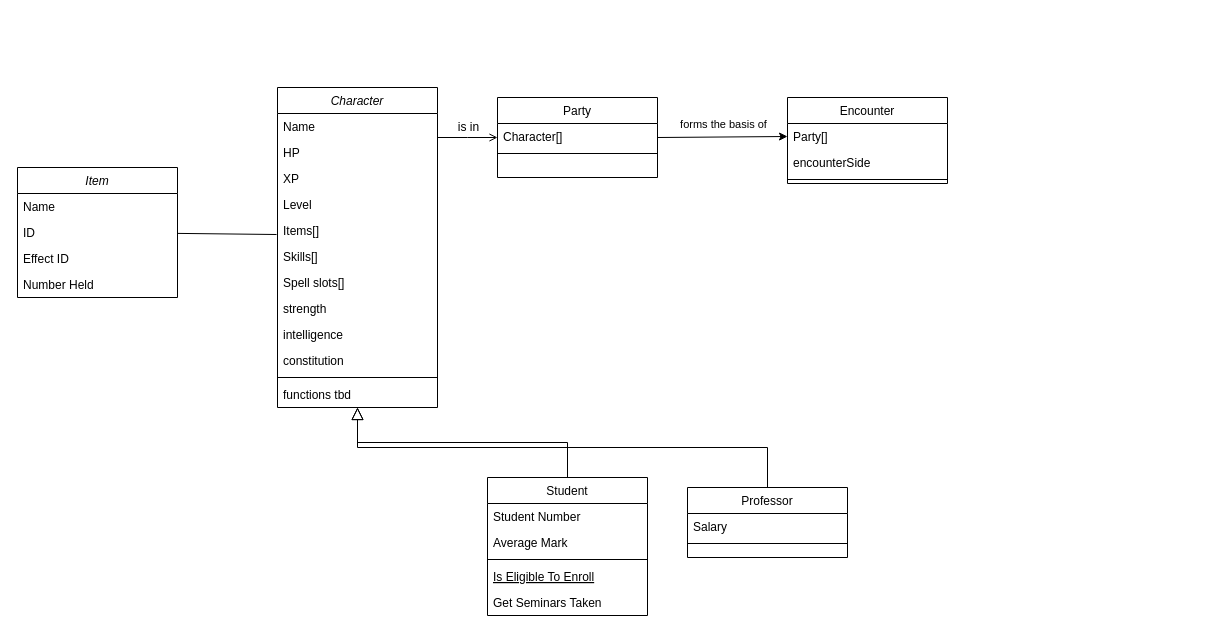
Before: classes.drawio in Schir/rpg-backend, a draw.io diagram. Source tidied: cells renumbered, new cells numbered last; positions are measured from the earlier drawing's top-left corner, leaving out a move shared by most shapes. Both pictures are drawn from the tidied source at 100%, with x=0, y=0 at pixel (17, 87).
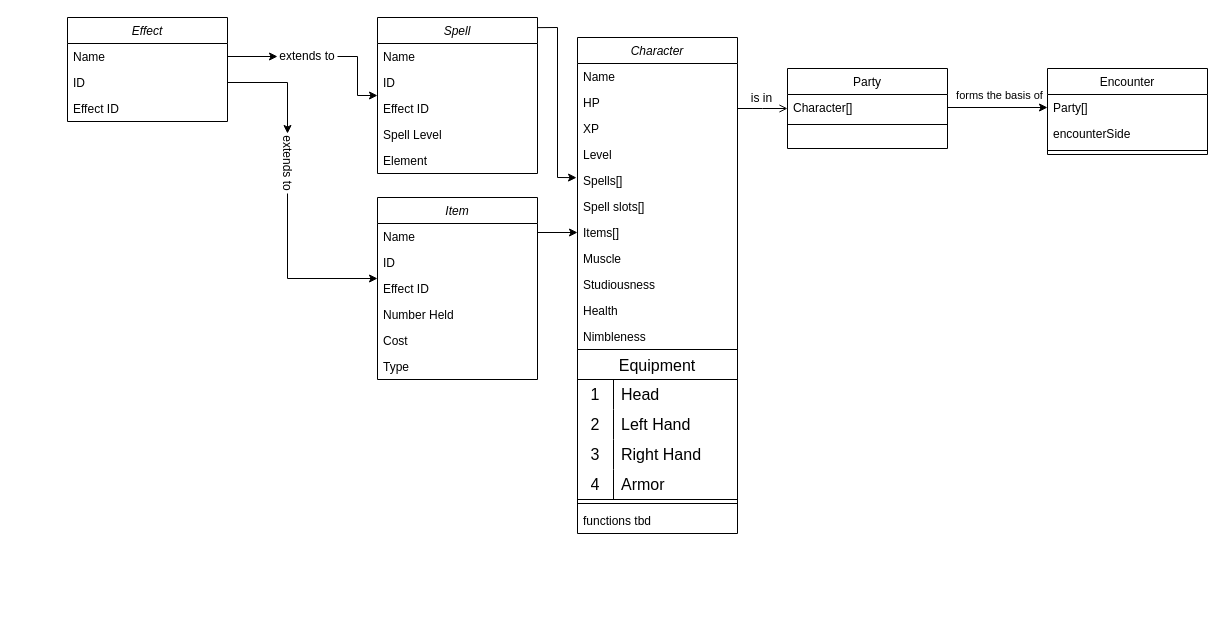
Above is the later version.

Commit message:
Update class schema

The change refers to these unchanged cells:
```xml
<mxCell id="27" value="Character[]" style="text;align=left;verticalAlign=top;spacingLeft=4;spacingRight=4;overflow=hidden;points=[[0,0.5],[1,0.5]];portConstraint=eastwest;" parent="26" vertex="1">
  <mxGeometry y="26" width="160" height="26" as="geometry" />
</mxCell>
<mxCell id="32" value="Name" style="text;align=left;verticalAlign=top;spacingLeft=4;spacingRight=4;overflow=hidden;points=[[0,0.5],[1,0.5]];portConstraint=eastwest;" parent="31" vertex="1">
  <mxGeometry y="26" width="160" height="26" as="geometry" />
</mxCell>
<mxCell id="38" value="Party[]" style="text;align=left;verticalAlign=top;spacingLeft=4;spacingRight=4;overflow=hidden;points=[[0,0.5],[1,0.5]];portConstraint=eastwest;" parent="37" vertex="1">
  <mxGeometry y="26" width="160" height="26" as="geometry" />
</mxCell>
```

The edit, as a diff of the source:
```diff
@@
     <mxCell id="2" value="Character" style="swimlane;fontStyle=2;align=center;verticalAlign=top;horizontal=1;startSize=26;rounded=0;shadow=0;strokeWidth=1;" parent="1" vertex="1">
-      <mxGeometry x="260" width="160" height="320" as="geometry" />
+      <mxGeometry x="560" y="-50" width="160" height="496" as="geometry" />
     </mxCell>
@@
-    <mxCell id="7" value="Items[]" style="text;align=left;verticalAlign=top;spacingLeft=4;spacingRight=4;overflow=hidden;points=[[0,0.5],[1,0.5]];portConstraint=eastwest;rounded=0;shadow=0;html=0;" parent="2" vertex="1">
-      <mxGeometry y="130" width="160" height="26" as="geometry" />
-    </mxCell>
-    <mxCell id="8" value="Skills[]" style="text;align=left;verticalAlign=top;spacingLeft=4;spacingRight=4;overflow=hidden;points=[[0,0.5],[1,0.5]];portConstraint=eastwest;rounded=0;shadow=0;html=0;" parent="2" vertex="1">
-      <mxGeometry y="156" width="160" height="26" as="geometry" />
+    <mxCell id="8" value="Spells[]" style="text;align=left;verticalAlign=top;spacingLeft=4;spacingRight=4;overflow=hidden;points=[[0,0.5],[1,0.5]];portConstraint=eastwest;rounded=0;shadow=0;html=0;" parent="2" vertex="1">
+      <mxGeometry y="130" width="160" height="26" as="geometry" />
     </mxCell>
     <mxCell id="9" value="Spell slots[]" style="text;align=left;verticalAlign=top;spacingLeft=4;spacingRight=4;overflow=hidden;rounded=0;shadow=0;html=0;" parent="2" vertex="1">
-      <mxGeometry y="182" width="160" height="26" as="geometry" />
+      <mxGeometry y="156" width="160" height="26" as="geometry" />
     </mxCell>
+    <mxCell id="7" value="Items[]" style="text;align=left;verticalAlign=top;spacingLeft=4;spacingRight=4;overflow=hidden;points=[[0,0.5],[1,0.5]];portConstraint=eastwest;rounded=0;shadow=0;html=0;" parent="2" vertex="1">
+      <mxGeometry y="182" width="160" height="26" as="geometry" />
+    </mxCell>
-    <mxCell id="10" value="strength" style="text;align=left;verticalAlign=top;spacingLeft=4;spacingRight=4;overflow=hidden;rounded=0;shadow=0;html=0;" parent="2" vertex="1">
+    <mxCell id="10" value="Muscle" style="text;align=left;verticalAlign=top;spacingLeft=4;spacingRight=4;overflow=hidden;rounded=0;shadow=0;html=0;" parent="2" vertex="1">
       <mxGeometry y="208" width="160" height="26" as="geometry" />
     </mxCell>
-    <mxCell id="11" value="intelligence" style="text;align=left;verticalAlign=top;spacingLeft=4;spacingRight=4;overflow=hidden;rounded=0;shadow=0;html=0;" parent="2" vertex="1">
+    <mxCell id="11" value="Studiousness" style="text;align=left;verticalAlign=top;spacingLeft=4;spacingRight=4;overflow=hidden;rounded=0;shadow=0;html=0;" parent="2" vertex="1">
       <mxGeometry y="234" width="160" height="26" as="geometry" />
     </mxCell>
-    <mxCell id="12" value="constitution" style="text;align=left;verticalAlign=top;spacingLeft=4;spacingRight=4;overflow=hidden;rounded=0;shadow=0;html=0;" parent="2" vertex="1">
+    <mxCell id="12" value="Health" style="text;align=left;verticalAlign=top;spacingLeft=4;spacingRight=4;overflow=hidden;rounded=0;shadow=0;html=0;" parent="2" vertex="1">
       <mxGeometry y="260" width="160" height="26" as="geometry" />
     </mxCell>
+    <mxCell id="43" value="Nimbleness" style="text;align=left;verticalAlign=top;spacingLeft=4;spacingRight=4;overflow=hidden;rounded=0;shadow=0;html=0;" parent="2" vertex="1">
+      <mxGeometry y="286" width="160" height="26" as="geometry" />
+    </mxCell>
+    <mxCell id="44" value="Equipment" style="shape=table;startSize=30;childLayout=tableLayout;rowLines=0;fontStyle=0;strokeColor=default;fontSize=16;" parent="2" vertex="1">
+      <mxGeometry y="312" width="160" height="150" as="geometry" />
+    </mxCell>
+    <mxCell id="45" style="shape=tableRow;horizontal=0;startSize=0;swimlaneHead=0;swimlaneBody=0;top=0;left=0;bottom=0;right=0;fillColor=none;strokeColor=inherit;fontSize=16;" parent="44" vertex="1">
+      <mxGeometry y="30" width="160" height="30" as="geometry" />
+    </mxCell>
+    <mxCell id="46" value="1" style="shape=partialRectangle;html=1;whiteSpace=wrap;fillColor=none;top=0;left=0;bottom=0;right=0;overflow=hidden;strokeColor=inherit;fontSize=16;" parent="45" vertex="1">
+      <mxGeometry width="36" height="30" as="geometry" />
+    </mxCell>
+    <mxCell id="47" value="Head" style="shape=partialRectangle;html=1;whiteSpace=wrap;fillColor=none;top=0;left=0;bottom=0;right=0;align=left;spacingLeft=6;overflow=hidden;strokeColor=inherit;fontSize=16;" parent="45" vertex="1">
+      <mxGeometry x="36" width="124" height="30" as="geometry" />
+    </mxCell>
+    <mxCell id="48" style="shape=tableRow;horizontal=0;startSize=0;swimlaneHead=0;swimlaneBody=0;top=0;left=0;bottom=0;right=0;fillColor=none;strokeColor=inherit;fontSize=16;" parent="44" vertex="1">
+      <mxGeometry y="60" width="160" height="30" as="geometry" />
+    </mxCell>
+    <mxCell id="49" value="2" style="shape=partialRectangle;html=1;whiteSpace=wrap;fillColor=none;top=0;left=0;bottom=0;right=0;overflow=hidden;strokeColor=inherit;fontSize=16;" parent="48" vertex="1">
+      <mxGeometry width="36" height="30" as="geometry" />
+    </mxCell>
+    <mxCell id="50" value="Left Hand" style="shape=partialRectangle;html=1;whiteSpace=wrap;fillColor=none;top=0;left=0;bottom=0;right=0;align=left;spacingLeft=6;overflow=hidden;strokeColor=inherit;fontSize=16;" parent="48" vertex="1">
+      <mxGeometry x="36" width="124" height="30" as="geometry" />
+    </mxCell>
+    <mxCell id="51" style="shape=tableRow;horizontal=0;startSize=0;swimlaneHead=0;swimlaneBody=0;top=0;left=0;bottom=0;right=0;fillColor=none;strokeColor=inherit;fontSize=16;" parent="44" vertex="1">
+      <mxGeometry y="90" width="160" height="30" as="geometry" />
+    </mxCell>
+    <mxCell id="52" value="3" style="shape=partialRectangle;html=1;whiteSpace=wrap;fillColor=none;top=0;left=0;bottom=0;right=0;overflow=hidden;strokeColor=inherit;fontSize=16;" parent="51" vertex="1">
+      <mxGeometry width="36" height="30" as="geometry" />
+    </mxCell>
+    <mxCell id="53" value="Right Hand" style="shape=partialRectangle;html=1;whiteSpace=wrap;fillColor=none;top=0;left=0;bottom=0;right=0;align=left;spacingLeft=6;overflow=hidden;strokeColor=inherit;fontSize=16;" parent="51" vertex="1">
+      <mxGeometry x="36" width="124" height="30" as="geometry" />
+    </mxCell>
+    <mxCell id="54" style="shape=tableRow;horizontal=0;startSize=0;swimlaneHead=0;swimlaneBody=0;top=0;left=0;bottom=0;right=0;fillColor=none;strokeColor=inherit;fontSize=16;" parent="44" vertex="1">
+      <mxGeometry y="120" width="160" height="30" as="geometry" />
+    </mxCell>
+    <mxCell id="55" value="4" style="shape=partialRectangle;html=1;whiteSpace=wrap;fillColor=none;top=0;left=0;bottom=0;right=0;overflow=hidden;strokeColor=inherit;fontSize=16;" parent="54" vertex="1">
+      <mxGeometry width="36" height="30" as="geometry" />
+    </mxCell>
+    <mxCell id="56" value="&lt;div&gt;Armor&lt;/div&gt;" style="shape=partialRectangle;html=1;whiteSpace=wrap;fillColor=none;top=0;left=0;bottom=0;right=0;align=left;spacingLeft=6;overflow=hidden;strokeColor=inherit;fontSize=16;" parent="54" vertex="1">
+      <mxGeometry x="36" width="124" height="30" as="geometry" />
+    </mxCell>
     <mxCell id="13" style="line;html=1;strokeWidth=1;align=left;verticalAlign=middle;spacingTop=-1;spacingLeft=3;spacingRight=3;labelPosition=right;" parent="2" vertex="1">
-      <mxGeometry y="286" width="160" height="8" as="geometry" />
+      <mxGeometry y="462" width="160" height="8" as="geometry" />
     </mxCell>
     <mxCell id="14" value="functions tbd" style="text;align=left;verticalAlign=top;spacingLeft=4;spacingRight=4;overflow=hidden;" parent="2" vertex="1">
-      <mxGeometry y="294" width="160" height="26" as="geometry" />
+      <mxGeometry y="470" width="160" height="26" as="geometry" />
     </mxCell>
-    <mxCell id="15" value="Student" style="swimlane;fontStyle=0;align=center;verticalAlign=top;horizontal=1;startSize=26;rounded=0;shadow=0;strokeWidth=1;" parent="1" vertex="1">
-      <mxGeometry x="470" y="390" width="160" height="138" as="geometry" />
-    </mxCell>
-    <mxCell id="16" value="Student Number" style="text;align=left;verticalAlign=top;spacingLeft=4;spacingRight=4;overflow=hidden;" parent="15" vertex="1">
-      <mxGeometry y="26" width="160" height="26" as="geometry" />
-    </mxCell>
-    <mxCell id="17" value="Average Mark" style="text;align=left;verticalAlign=top;spacingLeft=4;spacingRight=4;overflow=hidden;rounded=0;shadow=0;html=0;" parent="15" vertex="1">
-      <mxGeometry y="52" width="160" height="26" as="geometry" />
-    </mxCell>
-    <mxCell id="18" style="line;html=1;strokeWidth=1;align=left;verticalAlign=middle;spacingTop=-1;spacingLeft=3;spacingRight=3;labelPosition=right;" parent="15" vertex="1">
-      <mxGeometry y="78" width="160" height="8" as="geometry" />
-    </mxCell>
-    <mxCell id="19" value="Is Eligible To Enroll" style="text;align=left;verticalAlign=top;spacingLeft=4;spacingRight=4;overflow=hidden;fontStyle=4;" parent="15" vertex="1">
-      <mxGeometry y="86" width="160" height="26" as="geometry" />
-    </mxCell>
-    <mxCell id="20" value="Get Seminars Taken" style="text;align=left;verticalAlign=top;spacingLeft=4;spacingRight=4;overflow=hidden;" parent="15" vertex="1">
-      <mxGeometry y="112" width="160" height="26" as="geometry" />
-    </mxCell>
-    <mxCell id="21" style="endArrow=block;endSize=10;endFill=0;shadow=0;strokeWidth=1;rounded=0;edgeStyle=elbowEdgeStyle;elbow=vertical;" parent="1" edge="1" source="15" target="2">
-      <mxGeometry relative="1" as="geometry" />
-    </mxCell>
-    <mxCell id="22" value="Professor" style="swimlane;fontStyle=0;align=center;verticalAlign=top;horizontal=1;startSize=26;rounded=0;shadow=0;strokeWidth=1;" parent="1" vertex="1">
-      <mxGeometry x="670" y="400" width="160" height="70" as="geometry" />
-    </mxCell>
-    <mxCell id="23" value="Salary" style="text;align=left;verticalAlign=top;spacingLeft=4;spacingRight=4;overflow=hidden;" parent="22" vertex="1">
-      <mxGeometry y="26" width="160" height="26" as="geometry" />
-    </mxCell>
-    <mxCell id="24" style="line;html=1;strokeWidth=1;align=left;verticalAlign=middle;spacingTop=-1;spacingLeft=3;spacingRight=3;labelPosition=right;" parent="22" vertex="1">
-      <mxGeometry y="52" width="160" height="8" as="geometry" />
-    </mxCell>
-    <mxCell id="25" style="endArrow=block;endSize=10;endFill=0;shadow=0;strokeWidth=1;rounded=0;edgeStyle=elbowEdgeStyle;elbow=vertical;" parent="1" edge="1" source="22" target="2">
-      <mxGeometry relative="1" as="geometry" />
-    </mxCell>
     <mxCell id="26" value="Party" style="swimlane;fontStyle=0;align=center;verticalAlign=top;horizontal=1;startSize=26;rounded=0;shadow=0;strokeWidth=1;" parent="1" vertex="1">
-      <mxGeometry x="480" y="10" width="160" height="80" as="geometry" />
+      <mxGeometry x="770" y="-19" width="160" height="80" as="geometry" />
     </mxCell>
@@
     <mxCell id="31" value="Item" style="swimlane;fontStyle=2;align=center;verticalAlign=top;horizontal=1;startSize=26;rounded=0;shadow=0;strokeWidth=1;" parent="1" vertex="1">
-      <mxGeometry y="80" width="160" height="130" as="geometry" />
+      <mxGeometry x="360" y="110" width="160" height="182" as="geometry" />
     </mxCell>
@@
-    <mxCell id="36" style="endArrow=none;html=1;rounded=0;entryX=-0.006;entryY=0.654;entryDx=0;entryDy=0;entryPerimeter=0;" parent="1" edge="1" source="31" target="7">
-      <mxGeometry relative="1" as="geometry" />
-    </mxCell>
+    <mxCell id="57" value="Cost" style="text;align=left;verticalAlign=top;spacingLeft=4;spacingRight=4;overflow=hidden;rounded=0;shadow=0;html=0;" parent="31" vertex="1">
+      <mxGeometry y="130" width="160" height="26" as="geometry" />
+    </mxCell>
+    <mxCell id="58" value="Type" style="text;align=left;verticalAlign=top;spacingLeft=4;spacingRight=4;overflow=hidden;rounded=0;shadow=0;html=0;" parent="31" vertex="1">
+      <mxGeometry y="156" width="160" height="26" as="geometry" />
+    </mxCell>
     <mxCell id="37" value="Encounter" style="swimlane;fontStyle=0;align=center;verticalAlign=top;horizontal=1;startSize=26;rounded=0;shadow=0;strokeWidth=1;" parent="1" vertex="1">
-      <mxGeometry x="770" y="10" width="160" height="86" as="geometry" />
+      <mxGeometry x="1030" y="-19" width="160" height="86" as="geometry" />
     </mxCell>
@@
-    <mxCell id="41" style="endArrow=classic;html=1;rounded=0;entryX=0;entryY=0.5;entryDx=0;entryDy=0;" parent="1" edge="1" target="38">
-      <mxGeometry relative="1" as="geometry">
-        <mxPoint x="640" y="50" as="sourcePoint" />
-      </mxGeometry>
+    <mxCell id="41" style="endArrow=classic;html=1;rounded=0;entryX=0;entryY=0.5;entryDx=0;entryDy=0;exitX=1;exitY=0.5;exitDx=0;exitDy=0;" parent="1" edge="1" source="27" target="38">
+      <mxGeometry relative="1" as="geometry" />
     </mxCell>
@@
+    <mxCell id="59" style="endArrow=classic;html=1;rounded=0;entryX=0;entryY=0.5;entryDx=0;entryDy=0;exitX=1.002;exitY=0.346;exitDx=0;exitDy=0;exitPerimeter=0;" parent="1" edge="1" source="32" target="7">
+      <mxGeometry relative="1" as="geometry" />
+    </mxCell>
+    <mxCell id="60" value="Spell" style="swimlane;fontStyle=2;align=center;verticalAlign=top;horizontal=1;startSize=26;rounded=0;shadow=0;strokeWidth=1;" parent="1" vertex="1">
+      <mxGeometry x="360" y="-70" width="160" height="156" as="geometry" />
+    </mxCell>
+    <mxCell id="61" value="Name" style="text;align=left;verticalAlign=top;spacingLeft=4;spacingRight=4;overflow=hidden;" parent="60" vertex="1">
+      <mxGeometry y="26" width="160" height="26" as="geometry" />
+    </mxCell>
+    <mxCell id="62" value="ID" style="text;align=left;verticalAlign=top;spacingLeft=4;spacingRight=4;overflow=hidden;rounded=0;shadow=0;html=0;" parent="60" vertex="1">
+      <mxGeometry y="52" width="160" height="26" as="geometry" />
+    </mxCell>
+    <mxCell id="63" value="Effect ID" style="text;align=left;verticalAlign=top;spacingLeft=4;spacingRight=4;overflow=hidden;rounded=0;shadow=0;html=0;" parent="60" vertex="1">
+      <mxGeometry y="78" width="160" height="26" as="geometry" />
+    </mxCell>
+    <mxCell id="64" value="Spell Level" style="text;align=left;verticalAlign=top;spacingLeft=4;spacingRight=4;overflow=hidden;rounded=0;shadow=0;html=0;" parent="60" vertex="1">
+      <mxGeometry y="104" width="160" height="26" as="geometry" />
+    </mxCell>
+    <mxCell id="65" value="Element" style="text;align=left;verticalAlign=top;spacingLeft=4;spacingRight=4;overflow=hidden;rounded=0;shadow=0;html=0;" parent="60" vertex="1">
+      <mxGeometry y="130" width="160" height="26" as="geometry" />
+    </mxCell>
+    <mxCell id="66" value="Effect" style="swimlane;fontStyle=2;align=center;verticalAlign=top;horizontal=1;startSize=26;rounded=0;shadow=0;strokeWidth=1;" parent="1" vertex="1">
+      <mxGeometry x="50" y="-70" width="160" height="104" as="geometry" />
+    </mxCell>
+    <mxCell id="67" value="Name" style="text;align=left;verticalAlign=top;spacingLeft=4;spacingRight=4;overflow=hidden;points=[[0,0.5],[1,0.5]];portConstraint=eastwest;" parent="66" vertex="1">
+      <mxGeometry y="26" width="160" height="26" as="geometry" />
+    </mxCell>
+    <mxCell id="68" value="ID" style="text;align=left;verticalAlign=top;spacingLeft=4;spacingRight=4;overflow=hidden;points=[[0,0.5],[1,0.5]];portConstraint=eastwest;rounded=0;shadow=0;html=0;" parent="66" vertex="1">
+      <mxGeometry y="52" width="160" height="26" as="geometry" />
+    </mxCell>
+    <mxCell id="69" value="Effect ID" style="text;align=left;verticalAlign=top;spacingLeft=4;spacingRight=4;overflow=hidden;rounded=0;shadow=0;html=0;" parent="66" vertex="1">
+      <mxGeometry y="78" width="160" height="26" as="geometry" />
+    </mxCell>
+    <mxCell id="70" style="edgeStyle=orthogonalEdgeStyle;rounded=0;jettySize=auto;html=1;exitX=1;exitY=0.5;exitDx=0;exitDy=0;" parent="1" edge="1" source="73" target="60">
+      <mxGeometry relative="1" as="geometry" />
+    </mxCell>
+    <mxCell id="71" style="edgeStyle=orthogonalEdgeStyle;rounded=0;jettySize=auto;html=1;exitX=1;exitY=0.5;exitDx=0;exitDy=0;" parent="1" edge="1" source="75" target="31">
+      <mxGeometry relative="1" as="geometry">
+        <Array as="points">
+          <mxPoint x="270" y="191" />
+        </Array>
+      </mxGeometry>
+    </mxCell>
+    <mxCell id="72" style="edgeStyle=orthogonalEdgeStyle;rounded=0;jettySize=auto;html=1;exitX=1;exitY=0.5;exitDx=0;exitDy=0;" parent="1" edge="1" source="67" target="73">
+      <mxGeometry relative="1" as="geometry" />
+    </mxCell>
+    <mxCell id="73" value="extends to" style="text;html=1;strokeColor=none;fillColor=none;align=center;verticalAlign=middle;whiteSpace=wrap;rounded=0;" parent="1" vertex="1">
+      <mxGeometry x="260" y="-46" width="60" height="30" as="geometry" />
+    </mxCell>
+    <mxCell id="74" style="edgeStyle=orthogonalEdgeStyle;rounded=0;jettySize=auto;html=1;exitX=1;exitY=0.5;exitDx=0;exitDy=0;" parent="1" edge="1" source="68" target="75">
+      <mxGeometry relative="1" as="geometry">
+        <Array as="points">
+          <mxPoint x="270" y="-5" />
+        </Array>
+      </mxGeometry>
+    </mxCell>
+    <mxCell id="75" value="extends to" style="text;html=1;strokeColor=none;fillColor=none;align=center;verticalAlign=middle;whiteSpace=wrap;rounded=0;rotation=90;" parent="1" vertex="1">
+      <mxGeometry x="240" y="61" width="60" height="30" as="geometry" />
+    </mxCell>
+    <mxCell id="76" style="endArrow=classic;html=1;rounded=0;exitX=1.001;exitY=0.065;exitDx=0;exitDy=0;exitPerimeter=0;entryX=-0.006;entryY=0.39;entryDx=0;entryDy=0;entryPerimeter=0;" parent="1" edge="1" source="60" target="8">
+      <mxGeometry relative="1" as="geometry">
+        <Array as="points">
+          <mxPoint x="540" y="-60" />
+          <mxPoint x="540" y="90" />
+        </Array>
+      </mxGeometry>
+    </mxCell>
```
